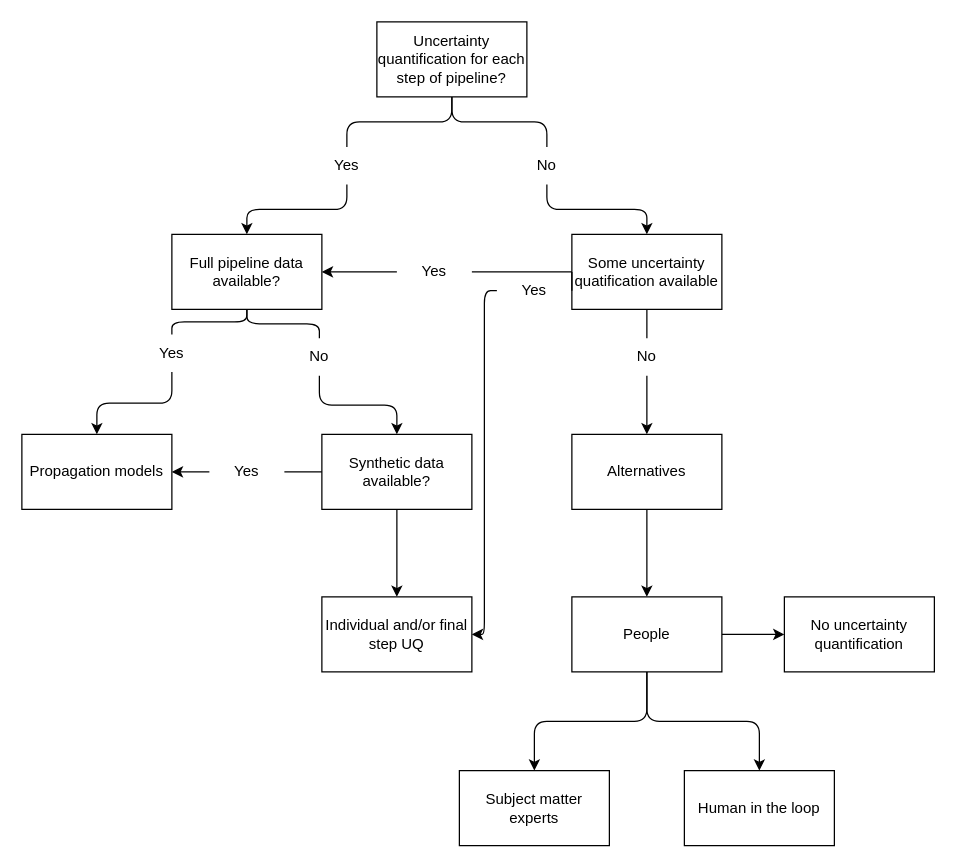
Earlier version of the draw.io diagram flowcharts/design.drawio (alan-turing-institute/ARC-SPICE). Source tidied: cells renumbered, new cells numbered last; positions are measured from the earlier drawing's top-left corner, leaving out a move shared by most shapes. Both pictures are drawn from the tidied source at 125%, with x=0, y=0 at pixel (21, 21).
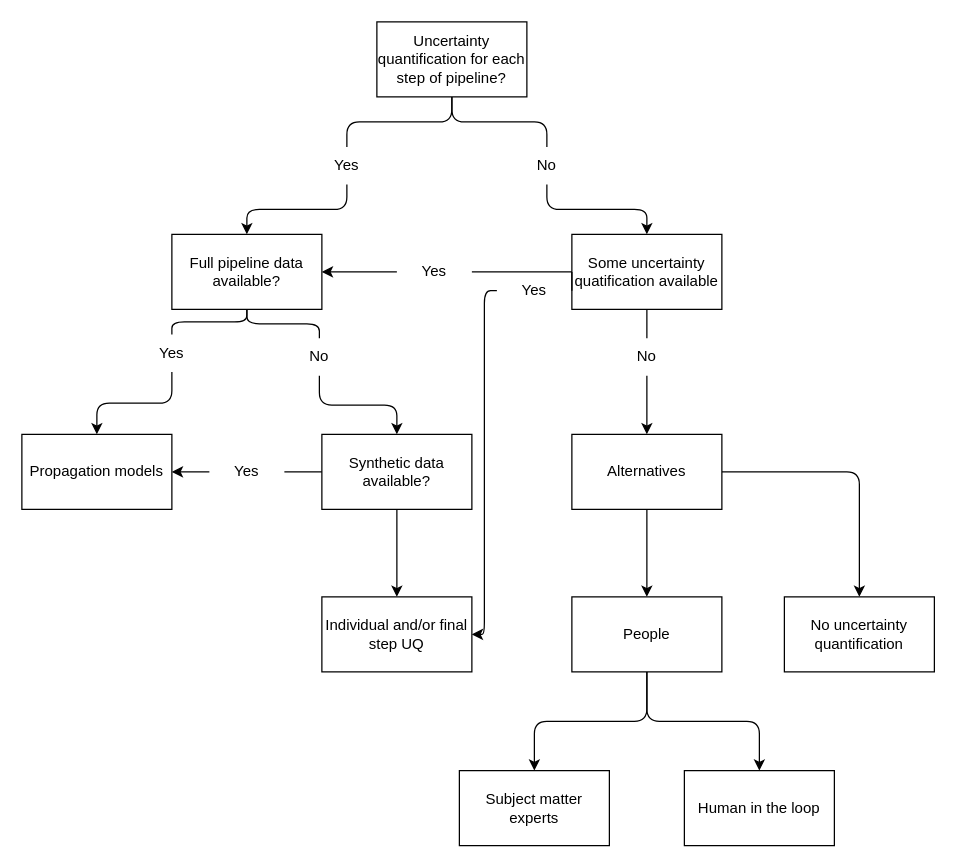
After the change.

Commit message (it also covers changes not shown here):
:arrow: added taxonomy flow chart

Unchanged cells that the change refers to:
```xml
<mxCell id="18" value="Alternatives" style="whiteSpace=wrap;html=1;" parent="1" vertex="1">
  <mxGeometry x="440" y="330" width="120" height="60" as="geometry" />
</mxCell>
<mxCell id="22" value="People" style="whiteSpace=wrap;html=1;" parent="1" vertex="1">
  <mxGeometry x="440" y="460" width="120" height="60" as="geometry" />
</mxCell>
<mxCell id="23" value="No uncertainty quantification" style="whiteSpace=wrap;html=1;" parent="1" vertex="1">
  <mxGeometry x="610" y="460" width="120" height="60" as="geometry" />
</mxCell>
```

Change to the diagram source:
```diff
@@
+    <mxCell id="42" style="edgeStyle=orthogonalEdgeStyle;html=1;exitX=1;exitY=0.5;exitDx=0;exitDy=0;" parent="1" edge="1" source="18" target="23">
+      <mxGeometry relative="1" as="geometry" />
+    </mxCell>
@@
-    <mxCell id="19" style="edgeStyle=orthogonalEdgeStyle;html=1;exitX=1;exitY=0.5;exitDx=0;exitDy=0;entryX=0;entryY=0.5;entryDx=0;entryDy=0;" parent="1" edge="1" source="22" target="23">
-      <mxGeometry relative="1" as="geometry" />
-    </mxCell>
```
